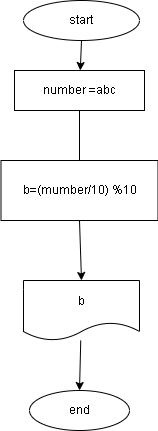
The draw.io diagram task1/block diagram1.drawio.png in sukhova2016/Homework2, before a commit. Source tidied: cells renumbered, new cells last; positions are measured from the earlier drawing's top-left corner, leaving out a move shared by most shapes.
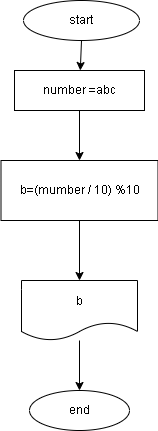
After the change.

Commit message:
Внесены корректировки в блок схему

The edit, as a diff of the source:
```diff
@@ -8,25 +8,23 @@
     <mxCell id="3" value="start" style="ellipse;whiteSpace=wrap;html=1;" parent="1" vertex="1">
       <mxGeometry x="23" width="116" height="40" as="geometry" />
     </mxCell>
-    <mxCell id="4" style="edgeStyle=none;html=1;exitX=0.5;exitY=1;exitDx=0;exitDy=0;entryX=0.5;entryY=0;entryDx=0;entryDy=0;" parent="1" edge="1" source="5">
-      <mxGeometry relative="1" as="geometry">
-        <mxPoint x="79" y="170" as="targetPoint" />
-      </mxGeometry>
-    </mxCell>
+    <mxCell id="11" style="edgeStyle=none;html=1;exitX=0.5;exitY=1;exitDx=0;exitDy=0;entryX=0.5;entryY=0;entryDx=0;entryDy=0;" parent="1" edge="1" source="5" target="7">
+      <mxGeometry relative="1" as="geometry" />
+    </mxCell>
     <mxCell id="5" value="number =abc" style="rounded=0;whiteSpace=wrap;html=1;" parent="1" vertex="1">
       <mxGeometry x="14" y="70" width="130" height="40" as="geometry" />
     </mxCell>
     <mxCell id="6" style="edgeStyle=none;html=1;exitX=0.5;exitY=1;exitDx=0;exitDy=0;entryX=0.5;entryY=0;entryDx=0;entryDy=0;" parent="1" edge="1" source="7" target="9">
       <mxGeometry relative="1" as="geometry" />
     </mxCell>
-    <mxCell id="7" value="b=(mumber/10) %10" style="rounded=0;whiteSpace=wrap;html=1;" parent="1" vertex="1">
+    <mxCell id="7" value="b=(mumber / 10) %10" style="rounded=0;whiteSpace=wrap;html=1;" parent="1" vertex="1">
       <mxGeometry x="0.5" y="160" width="157" height="60" as="geometry" />
     </mxCell>
     <mxCell id="8" style="edgeStyle=none;html=1;entryX=0.5;entryY=0;entryDx=0;entryDy=0;" parent="1" edge="1" source="9" target="10">
       <mxGeometry relative="1" as="geometry" />
     </mxCell>
     <mxCell id="9" value="b" style="shape=document;whiteSpace=wrap;html=1;boundedLbl=1;" parent="1" vertex="1">
-      <mxGeometry x="23" y="280" width="116" height="60" as="geometry" />
+      <mxGeometry x="21" y="280" width="116" height="60" as="geometry" />
     </mxCell>
     <mxCell id="10" value="end" style="ellipse;whiteSpace=wrap;html=1;" parent="1" vertex="1">
       <mxGeometry x="29" y="390" width="100" height="40" as="geometry" />
```
